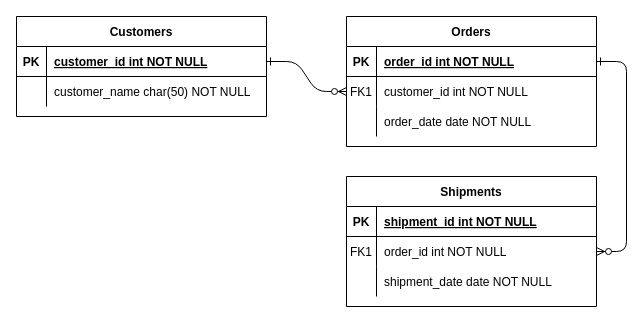
minatore06/epic_drive keeps this draw.io diagram as Untitled Diagram.drawio. Above is the earlier version. Source tidied: cells renumbered, new cells numbered last; positions are measured from the earlier drawing's top-left corner, leaving out a move shared by most shapes. Both pictures are drawn from the tidied source at 100%, with x=0, y=0 at pixel (16, 16).
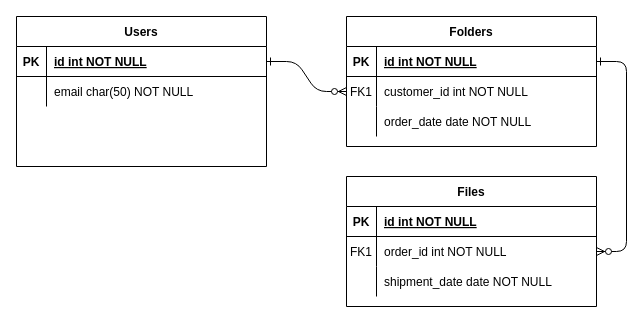
The same diagram, later.

Unchanged cells that the change refers to:
```xml
<mxCell id="5" style="shape=partialRectangle;fillColor=none;points=[[0,0.5],[1,0.5]];portConstraint=eastwest;top=0;left=0;right=0;bottom=1;" parent="4" vertex="1">
  <mxGeometry y="30" width="250" height="30" as="geometry" />
</mxCell>
<mxCell id="15" style="shape=partialRectangle;fillColor=none;top=0;left=0;right=0;bottom=1;" parent="14" vertex="1">
  <mxGeometry y="30" width="250" height="30" as="geometry" />
</mxCell>
<mxCell id="25" style="shape=partialRectangle;fillColor=none;points=[[0,0.5],[1,0.5]];portConstraint=eastwest;top=0;left=0;right=0;bottom=1;" parent="24" vertex="1">
  <mxGeometry y="30" width="250" height="30" as="geometry" />
</mxCell>
<mxCell id="28" style="shape=partialRectangle;fillColor=none;top=0;left=0;right=0;bottom=0;" parent="24" vertex="1">
  <mxGeometry y="60" width="250" height="30" as="geometry" />
</mxCell>
```

The edit, as a diff of the source:
```diff
@@
-    <mxCell id="4" value="Orders" style="shape=table;startSize=30;childLayout=tableLayout;rowLines=0;fontStyle=1;align=center;" parent="1" vertex="1">
+    <mxCell id="4" value="Folders" style="shape=table;startSize=30;childLayout=tableLayout;rowLines=0;fontStyle=1;align=center;" parent="1" vertex="1">
       <mxGeometry x="330" width="250" height="130" as="geometry" />
     </mxCell>
@@
-    <mxCell id="7" value="order_id int NOT NULL " style="shape=partialRectangle;overflow=hidden;fillColor=none;top=0;left=0;bottom=0;right=0;align=left;spacingLeft=6;fontStyle=5;" parent="5" vertex="1">
+    <mxCell id="7" value="id int NOT NULL " style="shape=partialRectangle;overflow=hidden;fillColor=none;top=0;left=0;bottom=0;right=0;align=left;spacingLeft=6;fontStyle=5;" parent="5" vertex="1">
       <mxGeometry x="30" width="220" height="30" as="geometry" />
     </mxCell>
@@
-    <mxCell id="14" value="Shipments" style="shape=table;startSize=30;childLayout=tableLayout;rowLines=0;fontStyle=1;align=center;" parent="1" vertex="1">
+    <mxCell id="14" value="Files" style="shape=table;startSize=30;childLayout=tableLayout;rowLines=0;fontStyle=1;align=center;" parent="1" vertex="1">
       <mxGeometry x="330" y="160" width="250" height="130" as="geometry" />
     </mxCell>
@@
-    <mxCell id="17" value="shipment_id int NOT NULL " style="shape=partialRectangle;overflow=hidden;fillColor=none;top=0;left=0;bottom=0;right=0;align=left;spacingLeft=6;fontStyle=5;" parent="15" vertex="1">
+    <mxCell id="17" value="id int NOT NULL " style="shape=partialRectangle;overflow=hidden;fillColor=none;top=0;left=0;bottom=0;right=0;align=left;spacingLeft=6;fontStyle=5;" parent="15" vertex="1">
       <mxGeometry x="30" width="220" height="30" as="geometry" />
     </mxCell>
@@
-    <mxCell id="24" value="Customers" style="shape=table;startSize=30;childLayout=tableLayout;rowLines=0;fontStyle=1;align=center;" parent="1" vertex="1">
-      <mxGeometry width="250" height="100" as="geometry" />
+    <mxCell id="24" value="Users" style="shape=table;startSize=30;childLayout=tableLayout;rowLines=0;fontStyle=1;align=center;" parent="1" vertex="1">
+      <mxGeometry width="250" height="150" as="geometry" />
     </mxCell>
@@
-    <mxCell id="27" value="customer_id int NOT NULL " style="shape=partialRectangle;overflow=hidden;fillColor=none;top=0;left=0;bottom=0;right=0;align=left;spacingLeft=6;fontStyle=5;" parent="25" vertex="1">
+    <mxCell id="27" value="id int NOT NULL " style="shape=partialRectangle;overflow=hidden;fillColor=none;top=0;left=0;bottom=0;right=0;align=left;spacingLeft=6;fontStyle=5;" parent="25" vertex="1">
       <mxGeometry x="30" width="220" height="30" as="geometry" />
     </mxCell>
@@
-    <mxCell id="30" value="customer_name char(50) NOT NULL" style="shape=partialRectangle;overflow=hidden;fillColor=none;top=0;left=0;bottom=0;right=0;align=left;spacingLeft=6;" parent="28" vertex="1">
+    <mxCell id="30" value="email char(50) NOT NULL" style="shape=partialRectangle;overflow=hidden;fillColor=none;top=0;left=0;bottom=0;right=0;align=left;spacingLeft=6;" parent="28" vertex="1">
       <mxGeometry x="30" width="220" height="30" as="geometry" />
     </mxCell>
```
